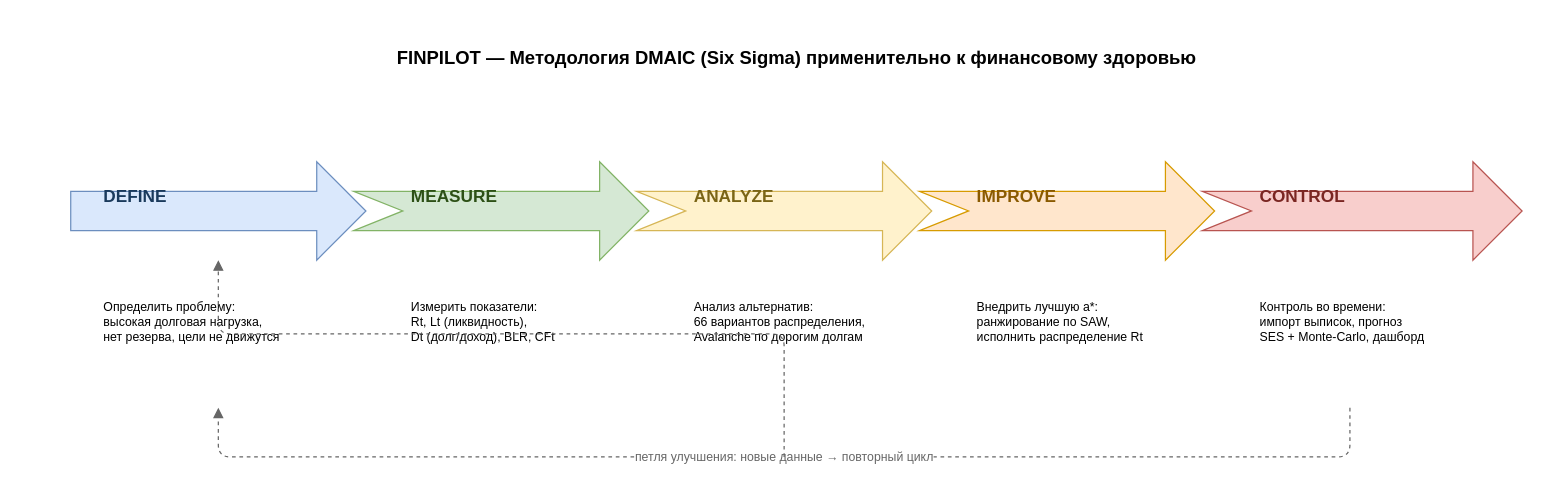
Above: docs/diagrams/20_dmaic.drawio in vevdokimovm/personal-finance-dss (draw.io), before the change. Source tidied: cells renumbered, new cells numbered last; positions are measured from the earlier drawing's top-left corner, leaving out a move shared by most shapes. Both pictures are drawn from the tidied source at 123%, with x=0, y=0 at pixel (70, 38).
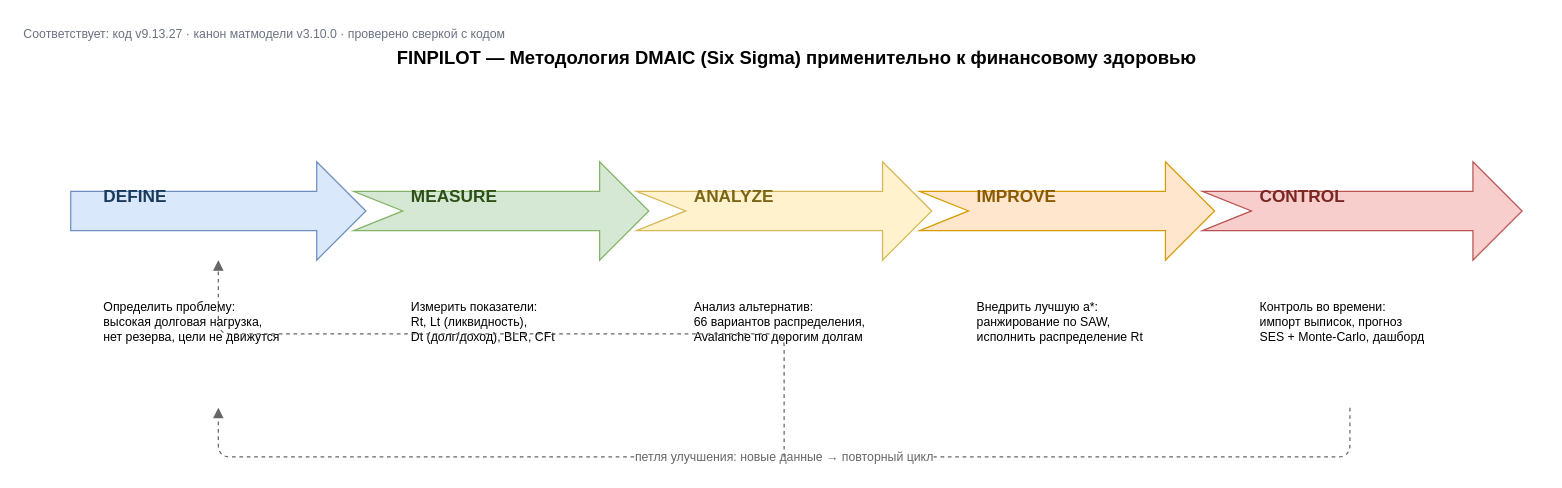
The same diagram, later.

Change to the diagram source:
```diff
@@
+    <mxCell id="20" value="Соответствует: код v9.13.27 · канон матмодели v3.10.0 · проверено сверкой с кодом" style="text;html=1;strokeColor=none;fillColor=none;align=left;verticalAlign=middle;fontSize=10;fontColor=#6b7280;" parent="1" vertex="1">
+      <mxGeometry x="-40" y="-14" width="520" height="20" as="geometry" />
+    </mxCell>
```
